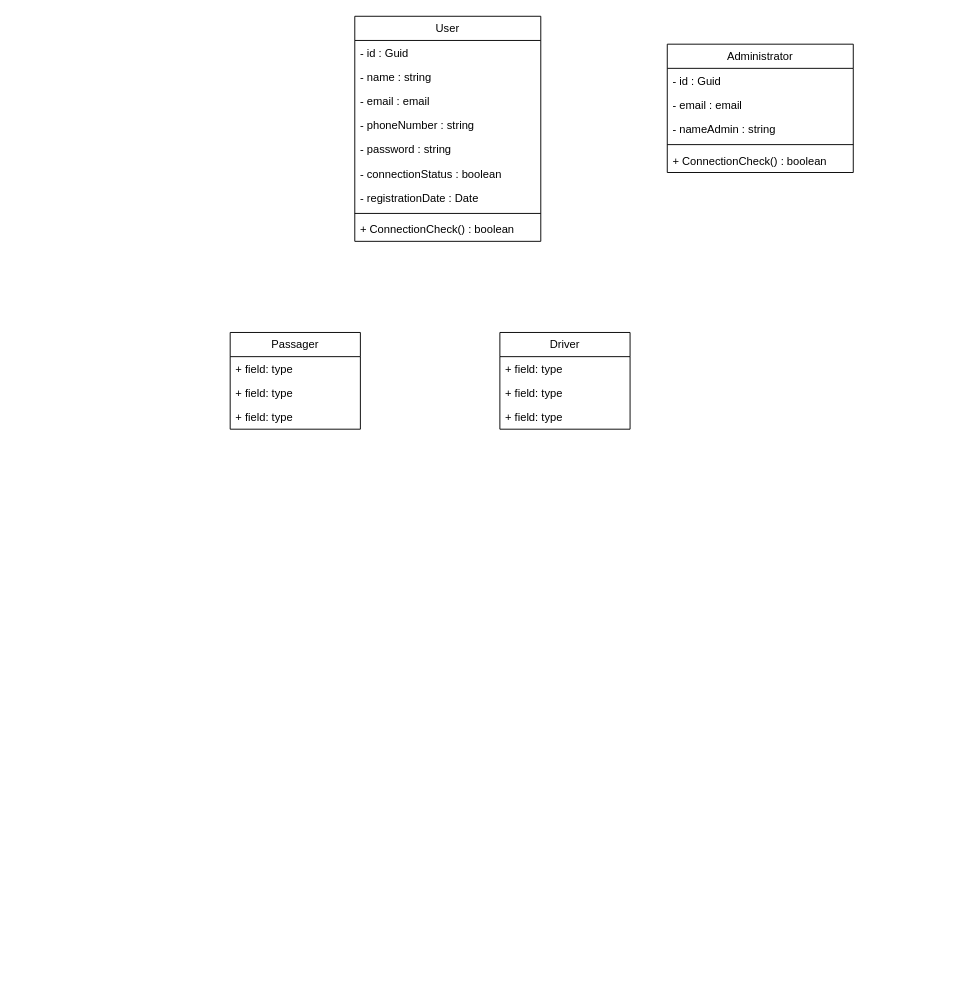
Before: uml/DiagrammeClasses.drawio in Mathieu-Maillot/projetFileRouge, a draw.io diagram. Source tidied: cells renumbered, new cells numbered last; positions are measured from the earlier drawing's top-left corner, leaving out a move shared by most shapes. Both pictures are drawn from the tidied source at 93%, with x=0, y=0 at pixel (230, 16).
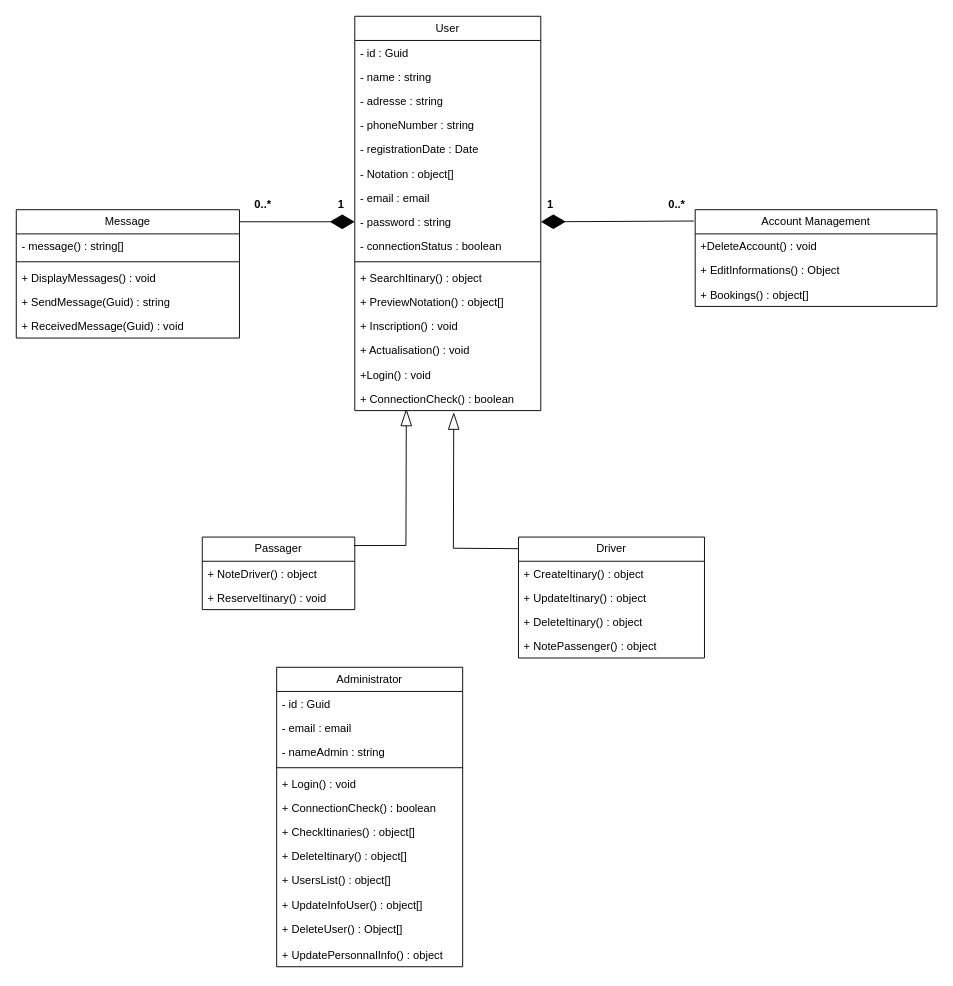
Above is the later version.

Diff of the diagram source:
```diff
@@
     <mxCell id="2" value="User" style="swimlane;fontStyle=0;horizontal=1;startSize=26;fillColor=none;whiteSpace=wrap;html=1;" parent="1" vertex="1">
-      <mxGeometry x="134" width="200" height="242" as="geometry" />
+      <mxGeometry x="134" width="200" height="424" as="geometry" />
     </mxCell>
@@
+    <mxCell id="26" value="- adresse : string" style="text;strokeColor=none;fillColor=none;align=left;verticalAlign=top;spacingLeft=4;spacingRight=4;overflow=hidden;whiteSpace=wrap;html=1;" parent="2" vertex="1">
+      <mxGeometry y="78" width="200" height="26" as="geometry" />
+    </mxCell>
+    <mxCell id="6" value="- phoneNumber : string" style="text;strokeColor=none;fillColor=none;align=left;verticalAlign=top;spacingLeft=4;spacingRight=4;overflow=hidden;whiteSpace=wrap;html=1;" parent="2" vertex="1">
+      <mxGeometry y="104" width="200" height="26" as="geometry" />
+    </mxCell>
+    <mxCell id="9" value="- registrationDate : Date " style="text;strokeColor=none;fillColor=none;align=left;verticalAlign=top;spacingLeft=4;spacingRight=4;overflow=hidden;whiteSpace=wrap;html=1;" parent="2" vertex="1">
+      <mxGeometry y="130" width="200" height="26" as="geometry" />
+    </mxCell>
+    <mxCell id="27" value="- Notation : object[]" style="text;strokeColor=none;fillColor=none;align=left;verticalAlign=top;spacingLeft=4;spacingRight=4;overflow=hidden;whiteSpace=wrap;html=1;" parent="2" vertex="1">
+      <mxGeometry y="156" width="200" height="26" as="geometry" />
+    </mxCell>
     <mxCell id="5" value="- email : email" style="text;strokeColor=none;fillColor=none;align=left;verticalAlign=top;spacingLeft=4;spacingRight=4;overflow=hidden;whiteSpace=wrap;html=1;" parent="2" vertex="1">
-      <mxGeometry y="78" width="200" height="26" as="geometry" />
+      <mxGeometry y="182" width="200" height="26" as="geometry" />
     </mxCell>
-    <mxCell id="6" value="- phoneNumber : string" style="text;strokeColor=none;fillColor=none;align=left;verticalAlign=top;spacingLeft=4;spacingRight=4;overflow=hidden;whiteSpace=wrap;html=1;" parent="2" vertex="1">
-      <mxGeometry y="104" width="200" height="26" as="geometry" />
-    </mxCell>
     <mxCell id="7" value="- password : string" style="text;strokeColor=none;fillColor=none;align=left;verticalAlign=top;spacingLeft=4;spacingRight=4;overflow=hidden;points=[[0,0.5],[1,0.5]];portConstraint=eastwest;whiteSpace=wrap;html=1;" parent="2" vertex="1">
-      <mxGeometry y="130" width="200" height="26" as="geometry" />
+      <mxGeometry y="208" width="200" height="26" as="geometry" />
     </mxCell>
     <mxCell id="8" value="- connectionStatus : boolean" style="text;strokeColor=none;fillColor=none;align=left;verticalAlign=top;spacingLeft=4;spacingRight=4;overflow=hidden;whiteSpace=wrap;html=1;" parent="2" vertex="1">
-      <mxGeometry y="156" width="200" height="26" as="geometry" />
+      <mxGeometry y="234" width="200" height="26" as="geometry" />
     </mxCell>
-    <mxCell id="9" value="- registrationDate : Date " style="text;strokeColor=none;fillColor=none;align=left;verticalAlign=top;spacingLeft=4;spacingRight=4;overflow=hidden;whiteSpace=wrap;html=1;" parent="2" vertex="1">
-      <mxGeometry y="182" width="200" height="26" as="geometry" />
-    </mxCell>
     <mxCell id="10" style="line;strokeWidth=1;fillColor=none;align=left;verticalAlign=middle;spacingTop=-1;spacingLeft=3;spacingRight=3;labelPosition=right;strokeColor=inherit;" parent="2" vertex="1">
-      <mxGeometry y="208" width="200" height="8" as="geometry" />
+      <mxGeometry y="260" width="200" height="8" as="geometry" />
     </mxCell>
+    <mxCell id="28" value="+ SearchItinary() : object" style="text;strokeColor=none;fillColor=none;align=left;verticalAlign=top;spacingLeft=4;spacingRight=4;overflow=hidden;whiteSpace=wrap;html=1;" parent="2" vertex="1">
+      <mxGeometry y="268" width="200" height="26" as="geometry" />
+    </mxCell>
+    <mxCell id="29" value="+ PreviewNotation() : object[]" style="text;strokeColor=none;fillColor=none;align=left;verticalAlign=top;spacingLeft=4;spacingRight=4;overflow=hidden;whiteSpace=wrap;html=1;" parent="2" vertex="1">
+      <mxGeometry y="294" width="200" height="26" as="geometry" />
+    </mxCell>
+    <mxCell id="30" value="+ Inscription() : void" style="text;strokeColor=none;fillColor=none;align=left;verticalAlign=top;spacingLeft=4;spacingRight=4;overflow=hidden;whiteSpace=wrap;html=1;" parent="2" vertex="1">
+      <mxGeometry y="320" width="200" height="26" as="geometry" />
+    </mxCell>
+    <mxCell id="31" value="+ Actualisation() : void" style="text;strokeColor=none;fillColor=none;align=left;verticalAlign=top;spacingLeft=4;spacingRight=4;overflow=hidden;whiteSpace=wrap;html=1;" parent="2" vertex="1">
+      <mxGeometry y="346" width="200" height="26" as="geometry" />
+    </mxCell>
+    <mxCell id="32" value="+Login() : void" style="text;strokeColor=none;fillColor=none;align=left;verticalAlign=top;spacingLeft=4;spacingRight=4;overflow=hidden;whiteSpace=wrap;html=1;" parent="2" vertex="1">
+      <mxGeometry y="372" width="200" height="26" as="geometry" />
+    </mxCell>
     <mxCell id="11" value="+ ConnectionCheck() : boolean" style="text;strokeColor=none;fillColor=none;align=left;verticalAlign=top;spacingLeft=4;spacingRight=4;overflow=hidden;points=[[0,0.5],[1,0.5]];portConstraint=eastwest;whiteSpace=wrap;html=1;" parent="2" vertex="1">
-      <mxGeometry y="216" width="200" height="26" as="geometry" />
+      <mxGeometry y="398" width="200" height="26" as="geometry" />
     </mxCell>
     <mxCell id="12" value="Administrator" style="swimlane;fontStyle=0;horizontal=1;startSize=26;fillColor=none;whiteSpace=wrap;html=1;" parent="1" vertex="1">
-      <mxGeometry x="470" y="30" width="200" height="138" as="geometry" />
+      <mxGeometry x="50" y="700" width="200" height="322" as="geometry" />
     </mxCell>
@@
+    <mxCell id="33" value="+ Login() : void" style="text;strokeColor=none;fillColor=none;align=left;verticalAlign=top;spacingLeft=4;spacingRight=4;overflow=hidden;whiteSpace=wrap;html=1;" parent="12" vertex="1">
+      <mxGeometry y="112" width="200" height="26" as="geometry" />
+    </mxCell>
     <mxCell id="17" value="+ ConnectionCheck() : boolean" style="text;strokeColor=none;fillColor=none;align=left;verticalAlign=top;spacingLeft=4;spacingRight=4;overflow=hidden;whiteSpace=wrap;html=1;" parent="12" vertex="1">
-      <mxGeometry y="112" width="200" height="26" as="geometry" />
+      <mxGeometry y="138" width="200" height="26" as="geometry" />
     </mxCell>
+    <mxCell id="34" value="+ CheckItinaries() : object[]" style="text;strokeColor=none;fillColor=none;align=left;verticalAlign=top;spacingLeft=4;spacingRight=4;overflow=hidden;whiteSpace=wrap;html=1;" parent="12" vertex="1">
+      <mxGeometry y="164" width="200" height="26" as="geometry" />
+    </mxCell>
+    <mxCell id="35" value="+ DeleteItinary() : object[]" style="text;strokeColor=none;fillColor=none;align=left;verticalAlign=top;spacingLeft=4;spacingRight=4;overflow=hidden;whiteSpace=wrap;html=1;" parent="12" vertex="1">
+      <mxGeometry y="190" width="200" height="26" as="geometry" />
+    </mxCell>
+    <mxCell id="36" value="+ UsersList() : object[]" style="text;strokeColor=none;fillColor=none;align=left;verticalAlign=top;spacingLeft=4;spacingRight=4;overflow=hidden;whiteSpace=wrap;html=1;" parent="12" vertex="1">
+      <mxGeometry y="216" width="200" height="26" as="geometry" />
+    </mxCell>
+    <mxCell id="37" value="+ UpdateInfoUser() : object[]" style="text;strokeColor=none;fillColor=none;align=left;verticalAlign=top;spacingLeft=4;spacingRight=4;overflow=hidden;whiteSpace=wrap;html=1;" parent="12" vertex="1">
+      <mxGeometry y="242" width="200" height="26" as="geometry" />
+    </mxCell>
+    <mxCell id="38" value="+ DeleteUser() : Object[]" style="text;strokeColor=none;fillColor=none;align=left;verticalAlign=top;spacingLeft=4;spacingRight=4;overflow=hidden;whiteSpace=wrap;html=1;" parent="12" vertex="1">
+      <mxGeometry y="268" width="200" height="28" as="geometry" />
+    </mxCell>
+    <mxCell id="39" value="+ UpdatePersonnalInfo() : object" style="text;strokeColor=none;fillColor=none;align=left;verticalAlign=top;spacingLeft=4;spacingRight=4;overflow=hidden;whiteSpace=wrap;html=1;" parent="12" vertex="1">
+      <mxGeometry y="296" width="200" height="26" as="geometry" />
+    </mxCell>
     <mxCell id="18" value="Passager" style="swimlane;fontStyle=0;horizontal=1;startSize=26;fillColor=none;whiteSpace=wrap;html=1;" parent="1" vertex="1">
-      <mxGeometry y="340" width="140" height="104" as="geometry" />
+      <mxGeometry x="-30" y="560" width="164" height="78" as="geometry" />
     </mxCell>
-    <mxCell id="19" value="+ field: type" style="text;strokeColor=none;fillColor=none;align=left;verticalAlign=top;spacingLeft=4;spacingRight=4;overflow=hidden;whiteSpace=wrap;html=1;" parent="18" vertex="1">
-      <mxGeometry y="26" width="140" height="26" as="geometry" />
+    <mxCell id="19" value="+ NoteDriver() : object" style="text;strokeColor=none;fillColor=none;align=left;verticalAlign=top;spacingLeft=4;spacingRight=4;overflow=hidden;whiteSpace=wrap;html=1;" parent="18" vertex="1">
+      <mxGeometry y="26" width="164" height="26" as="geometry" />
     </mxCell>
-    <mxCell id="20" value="+ field: type" style="text;strokeColor=none;fillColor=none;align=left;verticalAlign=top;spacingLeft=4;spacingRight=4;overflow=hidden;whiteSpace=wrap;html=1;" parent="18" vertex="1">
-      <mxGeometry y="52" width="140" height="26" as="geometry" />
-    </mxCell>
-    <mxCell id="21" value="+ field: type" style="text;strokeColor=none;fillColor=none;align=left;verticalAlign=top;spacingLeft=4;spacingRight=4;overflow=hidden;whiteSpace=wrap;html=1;" parent="18" vertex="1">
-      <mxGeometry y="78" width="140" height="26" as="geometry" />
+    <mxCell id="21" value="+ ReserveItinary() : void" style="text;strokeColor=none;fillColor=none;align=left;verticalAlign=top;spacingLeft=4;spacingRight=4;overflow=hidden;whiteSpace=wrap;html=1;" parent="18" vertex="1">
+      <mxGeometry y="52" width="164" height="26" as="geometry" />
     </mxCell>
     <mxCell id="22" value="Driver" style="swimlane;fontStyle=0;horizontal=1;startSize=26;fillColor=none;whiteSpace=wrap;html=1;" parent="1" vertex="1">
-      <mxGeometry x="290" y="340" width="140" height="104" as="geometry" />
+      <mxGeometry x="310" y="560" width="200" height="130" as="geometry" />
     </mxCell>
-    <mxCell id="23" value="+ field: type" style="text;strokeColor=none;fillColor=none;align=left;verticalAlign=top;spacingLeft=4;spacingRight=4;overflow=hidden;whiteSpace=wrap;html=1;" parent="22" vertex="1">
-      <mxGeometry y="26" width="140" height="26" as="geometry" />
+    <mxCell id="23" value="+ CreateItinary() : object" style="text;strokeColor=none;fillColor=none;align=left;verticalAlign=top;spacingLeft=4;spacingRight=4;overflow=hidden;whiteSpace=wrap;html=1;" parent="22" vertex="1">
+      <mxGeometry y="26" width="200" height="26" as="geometry" />
     </mxCell>
-    <mxCell id="24" value="+ field: type" style="text;strokeColor=none;fillColor=none;align=left;verticalAlign=top;spacingLeft=4;spacingRight=4;overflow=hidden;whiteSpace=wrap;html=1;" parent="22" vertex="1">
-      <mxGeometry y="52" width="140" height="26" as="geometry" />
+    <mxCell id="24" value="+ UpdateItinary() : object" style="text;strokeColor=none;fillColor=none;align=left;verticalAlign=top;spacingLeft=4;spacingRight=4;overflow=hidden;whiteSpace=wrap;html=1;" parent="22" vertex="1">
+      <mxGeometry y="52" width="200" height="26" as="geometry" />
     </mxCell>
-    <mxCell id="25" value="+ field: type" style="text;strokeColor=none;fillColor=none;align=left;verticalAlign=top;spacingLeft=4;spacingRight=4;overflow=hidden;whiteSpace=wrap;html=1;" parent="22" vertex="1">
-      <mxGeometry y="78" width="140" height="26" as="geometry" />
+    <mxCell id="25" value="+ DeleteItinary() : object" style="text;strokeColor=none;fillColor=none;align=left;verticalAlign=top;spacingLeft=4;spacingRight=4;overflow=hidden;whiteSpace=wrap;html=1;" parent="22" vertex="1">
+      <mxGeometry y="78" width="200" height="26" as="geometry" />
     </mxCell>
+    <mxCell id="40" value="+ NotePassenger() : object" style="text;strokeColor=none;fillColor=none;align=left;verticalAlign=top;spacingLeft=4;spacingRight=4;overflow=hidden;whiteSpace=wrap;html=1;" parent="22" vertex="1">
+      <mxGeometry y="104" width="200" height="26" as="geometry" />
+    </mxCell>
+    <mxCell id="41" style="endArrow=blockThin;endSize=16;endFill=0;html=1;rounded=0;entryX=0.277;entryY=0.932;entryDx=0;entryDy=0;entryPerimeter=0;exitX=0.994;exitY=0.117;exitDx=0;exitDy=0;exitPerimeter=0;" parent="1" edge="1" source="18" target="11">
+      <mxGeometry x="0.11" y="-1" relative="1" as="geometry">
+        <Array as="points">
+          <mxPoint x="189" y="569" />
+        </Array>
+      </mxGeometry>
+    </mxCell>
+    <mxCell id="42" style="endArrow=blockThin;endSize=16;endFill=0;html=1;rounded=0;entryX=0.532;entryY=1.079;entryDx=0;entryDy=0;exitX=0;exitY=0.096;exitDx=0;exitDy=0;exitPerimeter=0;entryPerimeter=0;" parent="1" edge="1" source="22" target="11">
+      <mxGeometry x="0.11" y="-1" relative="1" as="geometry">
+        <Array as="points">
+          <mxPoint x="240" y="572" />
+        </Array>
+      </mxGeometry>
+    </mxCell>
+    <mxCell id="43" value="Message" style="swimlane;fontStyle=0;horizontal=1;startSize=26;fillColor=none;whiteSpace=wrap;html=1;" parent="1" vertex="1">
+      <mxGeometry x="-230" y="208" width="240" height="138" as="geometry" />
+    </mxCell>
+    <mxCell id="44" value="- message() : string[]" style="text;strokeColor=none;fillColor=none;align=left;verticalAlign=top;spacingLeft=4;spacingRight=4;overflow=hidden;whiteSpace=wrap;html=1;" parent="43" vertex="1">
+      <mxGeometry y="26" width="240" height="26" as="geometry" />
+    </mxCell>
+    <mxCell id="45" style="line;strokeWidth=1;fillColor=none;align=left;verticalAlign=middle;spacingTop=-1;spacingLeft=3;spacingRight=3;labelPosition=right;strokeColor=inherit;" parent="43" vertex="1">
+      <mxGeometry y="52" width="240" height="8" as="geometry" />
+    </mxCell>
+    <mxCell id="46" value="+ DisplayMessages() : void" style="text;strokeColor=none;fillColor=none;align=left;verticalAlign=top;spacingLeft=4;spacingRight=4;overflow=hidden;whiteSpace=wrap;html=1;" parent="43" vertex="1">
+      <mxGeometry y="60" width="240" height="26" as="geometry" />
+    </mxCell>
+    <mxCell id="47" value="+ SendMessage(Guid) : string" style="text;strokeColor=none;fillColor=none;align=left;verticalAlign=top;spacingLeft=4;spacingRight=4;overflow=hidden;whiteSpace=wrap;html=1;" parent="43" vertex="1">
+      <mxGeometry y="86" width="240" height="26" as="geometry" />
+    </mxCell>
+    <mxCell id="48" value="+ ReceivedMessage(Guid) : void" style="text;strokeColor=none;fillColor=none;align=left;verticalAlign=top;spacingLeft=4;spacingRight=4;overflow=hidden;whiteSpace=wrap;html=1;" parent="43" vertex="1">
+      <mxGeometry y="112" width="240" height="26" as="geometry" />
+    </mxCell>
+    <mxCell id="49" style="endArrow=diamondThin;endFill=1;endSize=24;html=1;rounded=0;entryX=0;entryY=0.5;entryDx=0;entryDy=0;exitX=1;exitY=0.094;exitDx=0;exitDy=0;exitPerimeter=0;" parent="1" edge="1" source="43" target="7">
+      <mxGeometry relative="1" as="geometry" />
+    </mxCell>
+    <mxCell id="50" value="Account Management" style="swimlane;fontStyle=0;horizontal=1;startSize=26;fillColor=none;whiteSpace=wrap;html=1;" parent="1" vertex="1">
+      <mxGeometry x="500" y="208" width="260" height="104" as="geometry" />
+    </mxCell>
+    <mxCell id="51" value="+DeleteAccount() : void " style="text;strokeColor=none;fillColor=none;align=left;verticalAlign=top;spacingLeft=4;spacingRight=4;overflow=hidden;whiteSpace=wrap;html=1;" parent="50" vertex="1">
+      <mxGeometry y="26" width="260" height="26" as="geometry" />
+    </mxCell>
+    <mxCell id="52" value="+ EditInformations() : Object" style="text;strokeColor=none;fillColor=none;align=left;verticalAlign=top;spacingLeft=4;spacingRight=4;overflow=hidden;whiteSpace=wrap;html=1;" parent="50" vertex="1">
+      <mxGeometry y="52" width="260" height="26" as="geometry" />
+    </mxCell>
+    <mxCell id="53" value="+ Bookings() : object[]" style="text;strokeColor=none;fillColor=none;align=left;verticalAlign=top;spacingLeft=4;spacingRight=4;overflow=hidden;whiteSpace=wrap;html=1;" parent="50" vertex="1">
+      <mxGeometry y="78" width="260" height="26" as="geometry" />
+    </mxCell>
+    <mxCell id="54" style="endArrow=diamondThin;endFill=1;endSize=24;html=1;rounded=0;entryX=1;entryY=0.5;entryDx=0;entryDy=0;exitX=-0.005;exitY=0.117;exitDx=0;exitDy=0;exitPerimeter=0;" parent="1" edge="1" source="50">
+      <mxGeometry relative="1" as="geometry">
+        <mxPoint x="334" y="221" as="targetPoint" />
+      </mxGeometry>
+    </mxCell>
+    <mxCell id="55" value="1" style="text;align=center;fontStyle=1;verticalAlign=middle;spacingLeft=3;spacingRight=3;strokeColor=none;html=1;" parent="1" vertex="1">
+      <mxGeometry x="104" y="190" width="30" height="26" as="geometry" />
+    </mxCell>
+    <mxCell id="56" value="0..*" style="text;align=center;fontStyle=1;verticalAlign=middle;spacingLeft=3;spacingRight=3;strokeColor=none;html=1;" parent="1" vertex="1">
+      <mxGeometry x="20" y="190" width="30" height="26" as="geometry" />
+    </mxCell>
+    <mxCell id="57" value="1" style="text;align=center;fontStyle=1;verticalAlign=middle;spacingLeft=3;spacingRight=3;strokeColor=none;html=1;" parent="1" vertex="1">
+      <mxGeometry x="334" y="190" width="20" height="26" as="geometry" />
+    </mxCell>
+    <mxCell id="58" value="0..*" style="text;align=center;fontStyle=1;verticalAlign=middle;spacingLeft=3;spacingRight=3;strokeColor=none;html=1;" parent="1" vertex="1">
+      <mxGeometry x="470" y="190" width="20" height="26" as="geometry" />
+    </mxCell>
```
